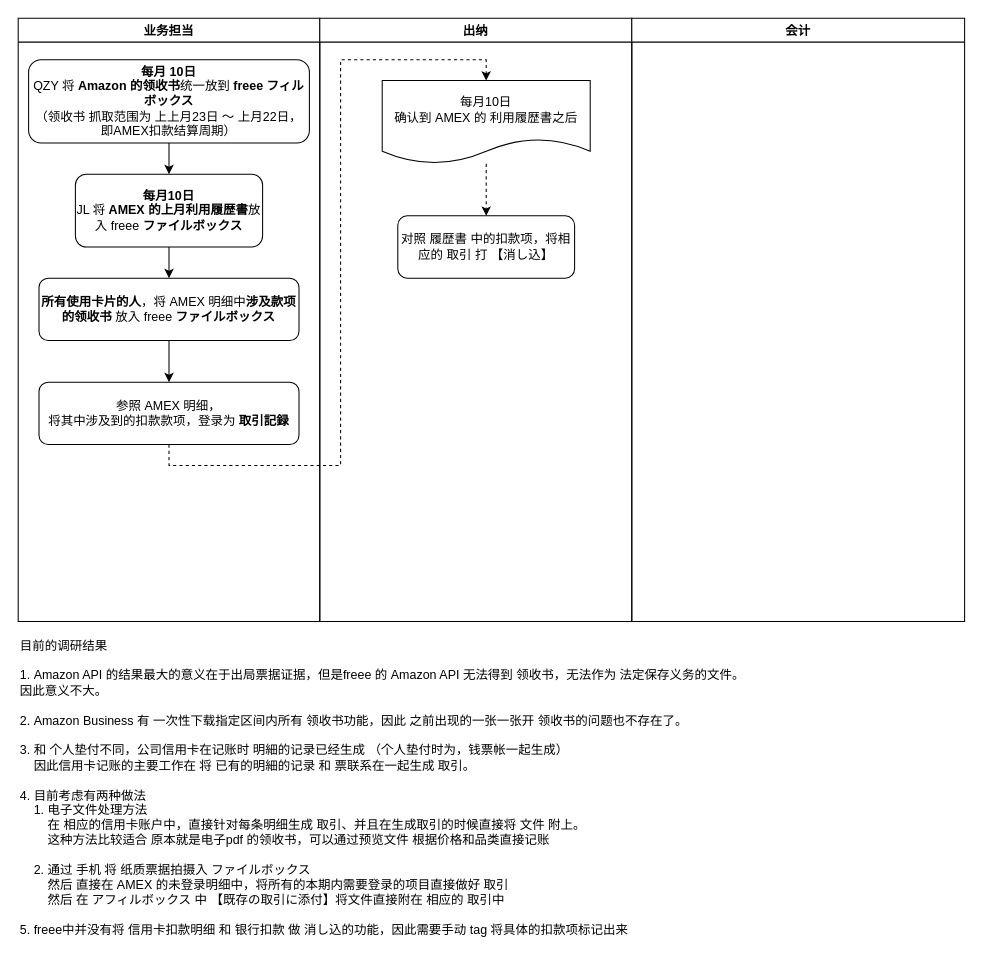
niltsh/drawing keeps this draw.io diagram as page "付款-公司信用卡" (4 of 4) of payment.drawio. Above is the earlier version. Source tidied: cells renumbered, new cells numbered last; positions are measured from the earlier drawing's top-left corner, leaving out a move shared by most shapes. Both pictures are drawn from the tidied source at 104%, with x=0, y=0 at pixel (18, 18).
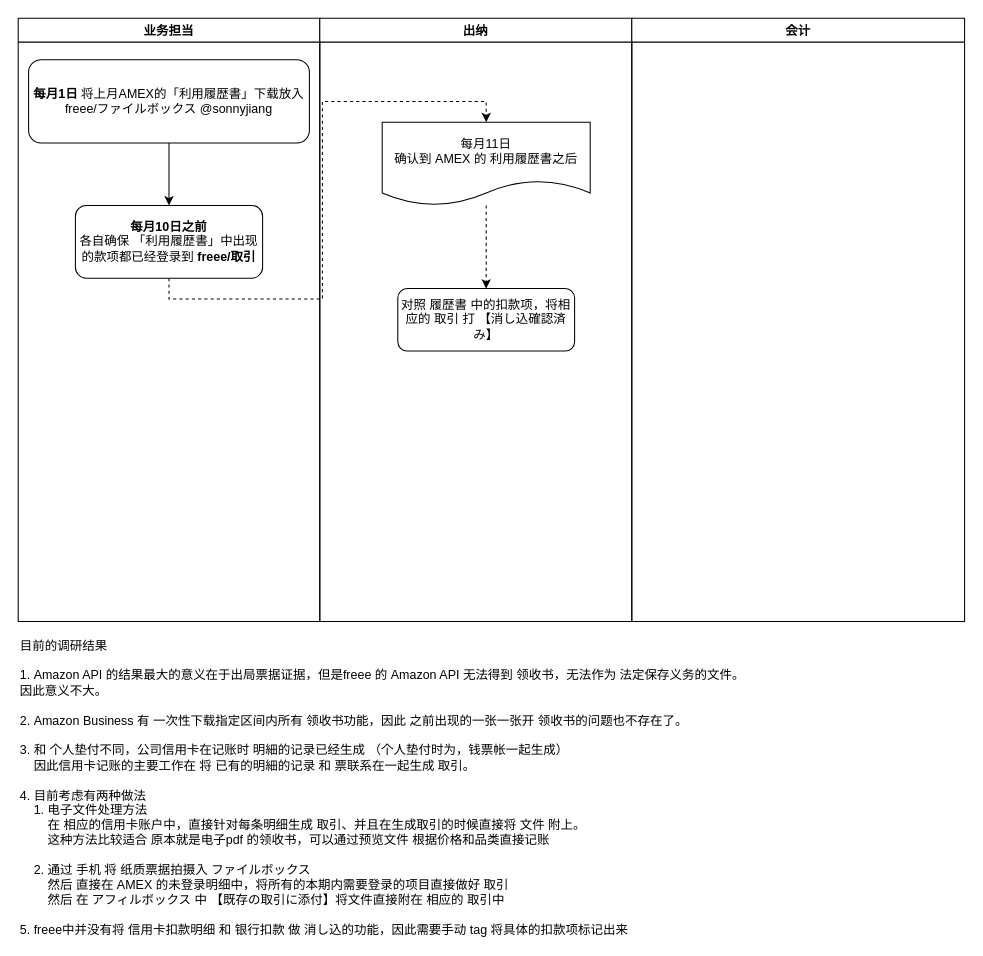
The same page after the edit.

What changed in the source:
```diff
@@
 <mxGraphModel>
   <root>
     <mxCell id="0" />
     <mxCell id="1" parent="0" />
     <mxCell id="2" value="业务担当" style="swimlane;" parent="1" vertex="1">
       <mxGeometry width="290" height="580" as="geometry" />
     </mxCell>
-    <mxCell id="3" style="edgeStyle=orthogonalEdgeStyle;rounded=0;jettySize=auto;html=1;exitX=0.5;exitY=1;exitDx=0;exitDy=0;entryX=0.5;entryY=0;entryDx=0;entryDy=0;" parent="2" edge="1" source="4" target="6">
-      <mxGeometry relative="1" as="geometry" />
-    </mxCell>
-    <mxCell id="4" value="&lt;b&gt;每月10日&lt;/b&gt;&lt;br&gt;JL 将&lt;b&gt; AMEX 的上月利用履歴書&lt;/b&gt;放入 freee &lt;b&gt;ファイルボックス&lt;/b&gt;" style="rounded=1;whiteSpace=wrap;html=1;" parent="2" vertex="1">
-      <mxGeometry x="55" y="150" width="180" height="70" as="geometry" />
+    <mxCell id="4" value="&lt;b&gt;每月10日之前&lt;/b&gt;&lt;br&gt;各自确保 「利用履歴書」中出现的款项都已经登录到 &lt;b&gt;freee/取引&lt;/b&gt;" style="rounded=1;whiteSpace=wrap;html=1;" parent="2" vertex="1">
+      <mxGeometry x="55" y="180" width="180" height="70" as="geometry" />
     </mxCell>
-    <mxCell id="5" style="edgeStyle=orthogonalEdgeStyle;rounded=0;jettySize=auto;html=1;exitX=0.5;exitY=1;exitDx=0;exitDy=0;entryX=0.5;entryY=0;entryDx=0;entryDy=0;" parent="2" edge="1" source="6" target="9">
-      <mxGeometry relative="1" as="geometry" />
-    </mxCell>
-    <mxCell id="6" value="&lt;b&gt;所有使用卡片的人&lt;/b&gt;，将 AMEX 明细中&lt;b&gt;涉及款项的领收书&lt;/b&gt; 放入 freee &lt;b&gt;ファイルボックス&lt;/b&gt;" style="rounded=1;whiteSpace=wrap;html=1;" parent="2" vertex="1">
-      <mxGeometry x="20" y="250" width="250" height="60" as="geometry" />
-    </mxCell>
     <mxCell id="7" style="edgeStyle=orthogonalEdgeStyle;rounded=0;jettySize=auto;html=1;exitX=0.5;exitY=1;exitDx=0;exitDy=0;entryX=0.5;entryY=0;entryDx=0;entryDy=0;" parent="2" edge="1" source="8" target="4">
       <mxGeometry relative="1" as="geometry" />
     </mxCell>
-    <mxCell id="8" value="&lt;b&gt;每月 10日&lt;/b&gt;&lt;br&gt;QZY 将 &lt;b&gt;Amazon 的领收书&lt;/b&gt;统一放到 &lt;b&gt;freee フィルボックス&lt;br&gt;&lt;/b&gt;（领收书 抓取范围为 上上月23日 ～ 上月22日，即AMEX扣款结算周期）" style="rounded=1;whiteSpace=wrap;html=1;" parent="2" vertex="1">
+    <mxCell id="8" value="&lt;strong&gt;每月1日&lt;/strong&gt;&lt;span&gt;&amp;nbsp;&lt;/span&gt;&lt;span&gt;将上月AMEX的「利用履歴書」下载放入 freee/ファイルボックス @sonnyjiang&lt;/span&gt;" style="rounded=1;whiteSpace=wrap;html=1;" parent="2" vertex="1">
       <mxGeometry x="10" y="40" width="270" height="80" as="geometry" />
     </mxCell>
-    <mxCell id="9" value="参照 AMEX 明细，&lt;br&gt;将其中涉及到的扣款款项，登录为 &lt;b&gt;取引記録&lt;/b&gt;" style="rounded=1;whiteSpace=wrap;html=1;" parent="2" vertex="1">
-      <mxGeometry x="20" y="350" width="250" height="60" as="geometry" />
-    </mxCell>
     <mxCell id="10" value="出纳" style="swimlane;" parent="1" vertex="1">
       <mxGeometry x="290" width="300" height="580" as="geometry" />
     </mxCell>
     <mxCell id="11" style="edgeStyle=orthogonalEdgeStyle;rounded=0;jettySize=auto;html=1;entryX=0.5;entryY=0;entryDx=0;entryDy=0;dashed=1;" parent="10" edge="1" source="12" target="13">
       <mxGeometry relative="1" as="geometry" />
     </mxCell>
-    <mxCell id="12" value="每月10日&lt;br&gt;确认到 AMEX 的 利用履歴書之后" style="shape=document;whiteSpace=wrap;html=1;boundedLbl=1;" parent="10" vertex="1">
-      <mxGeometry x="60" y="60" width="200" height="80" as="geometry" />
+    <mxCell id="12" value="每月11日&lt;br&gt;确认到 AMEX 的 利用履歴書之后" style="shape=document;whiteSpace=wrap;html=1;boundedLbl=1;" parent="10" vertex="1">
+      <mxGeometry x="60" y="100" width="200" height="80" as="geometry" />
     </mxCell>
-    <mxCell id="13" value="对照 履歴書 中的扣款项，将相应的 取引 打 【消し込】" style="rounded=1;whiteSpace=wrap;html=1;" parent="10" vertex="1">
-      <mxGeometry x="75" y="190" width="170" height="60" as="geometry" />
+    <mxCell id="13" value="对照 履歴書 中的扣款项，将相应的 取引 打 【消し込確認済み】" style="rounded=1;whiteSpace=wrap;html=1;" parent="10" vertex="1">
+      <mxGeometry x="75" y="260" width="170" height="60" as="geometry" />
     </mxCell>
     <mxCell id="14" value="会计" style="swimlane;" parent="1" vertex="1">
       <mxGeometry x="590" width="320" height="580" as="geometry" />
     </mxCell>
     <mxCell id="15" value="目前的调研结果&lt;br&gt;&lt;br&gt;1. Amazon API 的结果最大的意义在于出局票据证据，但是freee 的 Amazon API 无法得到 领收书，无法作为 法定保存义务的文件。因此意义不大。&lt;br&gt;&lt;br&gt;2. Amazon Business 有 一次性下载指定区间内所有 领收书功能，因此 之前出现的一张一张开 领收书的问题也不存在了。&lt;br&gt;&lt;br&gt;3. 和 个人垫付不同，公司信用卡在记账时 明細的记录已经生成 （个人垫付时为，钱票帐一起生成）&lt;br&gt;&amp;nbsp; &amp;nbsp; 因此信用卡记账的主要工作在 将 已有的明細的记录 和 票联系在一起生成 取引。&lt;br&gt;&lt;br&gt;4. 目前考虑有两种做法&lt;br&gt;&amp;nbsp; &amp;nbsp; 1. 电子文件处理方法&lt;br&gt;&amp;nbsp; &amp;nbsp; &amp;nbsp; &amp;nbsp; 在 相应的信用卡账户中，直接针对每条明细生成 取引、并且在生成取引的时候直接将 文件 附上。&lt;br&gt;&amp;nbsp; &amp;nbsp; &amp;nbsp; &amp;nbsp; 这种方法比较适合 原本就是电子pdf 的领收书，可以通过预览文件 根据价格和品类直接记账&lt;br&gt;&amp;nbsp; &amp;nbsp; &lt;br&gt;&amp;nbsp; &amp;nbsp; 2. 通过 手机 将 纸质票据拍摄入 ファイルボックス&lt;br&gt;&amp;nbsp; &amp;nbsp; &amp;nbsp; &amp;nbsp; 然后 直接在 AMEX 的未登录明细中，将所有的本期内需要登录的项目直接做好 取引&lt;br&gt;&amp;nbsp; &amp;nbsp; &amp;nbsp; &amp;nbsp; 然后 在 アフィルボックス 中 【既存の取引に添付】将文件直接附在 相应的 取引中&lt;br&gt;&lt;br&gt;5. freee中并没有将 信用卡扣款明细 和 银行扣款 做 消し込的功能，因此需要手动 tag 将具体的扣款项标记出来&amp;nbsp;" style="text;html=1;strokeColor=none;fillColor=none;align=left;verticalAlign=middle;whiteSpace=wrap;rounded=0;" parent="1" vertex="1">
       <mxGeometry y="600" width="710" height="280" as="geometry" />
     </mxCell>
-    <mxCell id="16" style="edgeStyle=orthogonalEdgeStyle;rounded=0;jettySize=auto;html=1;exitX=0.5;exitY=1;exitDx=0;exitDy=0;entryX=0.5;entryY=0;entryDx=0;entryDy=0;dashed=1;" parent="1" edge="1" source="9" target="12">
+    <mxCell id="16" style="edgeStyle=orthogonalEdgeStyle;rounded=0;jettySize=auto;html=1;exitX=0.5;exitY=1;exitDx=0;exitDy=0;entryX=0.5;entryY=0;entryDx=0;entryDy=0;dashed=1;" parent="1" edge="1" source="4" target="12">
       <mxGeometry relative="1" as="geometry" />
     </mxCell>
   </root>
 </mxGraphModel>
```
